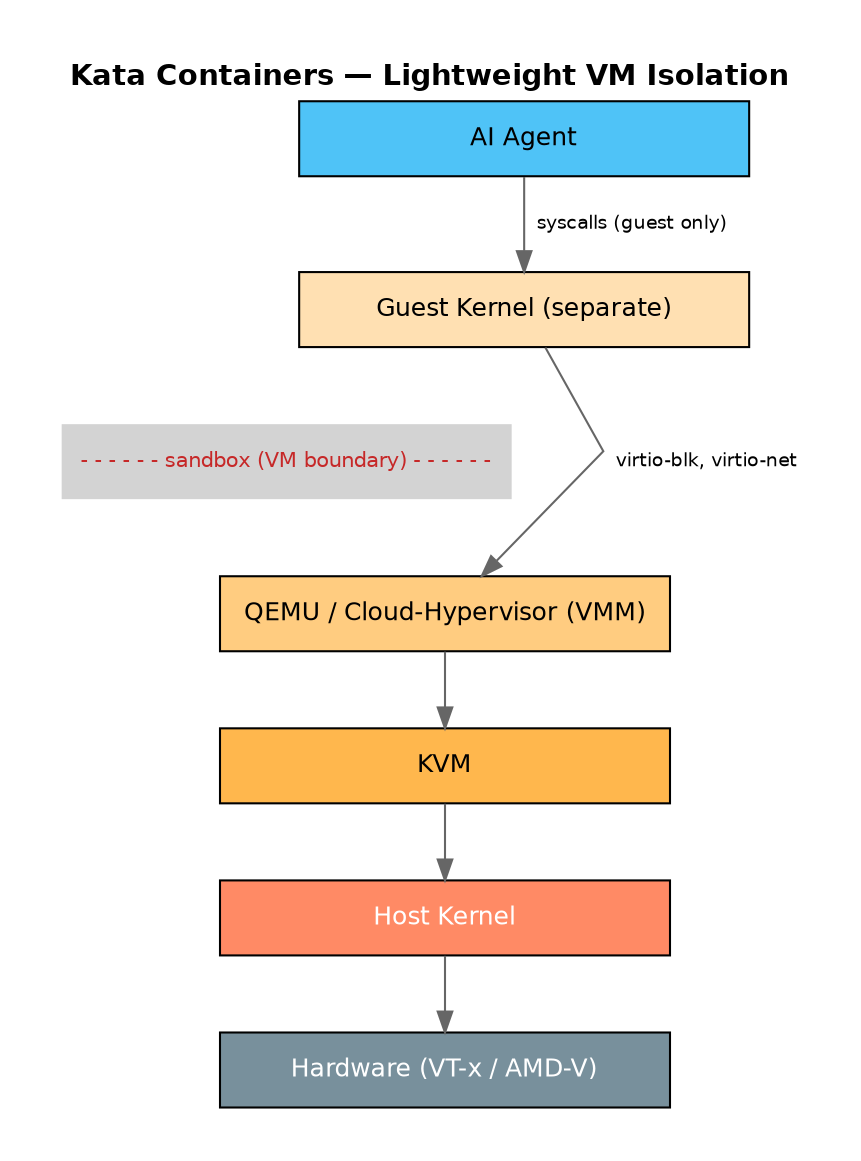
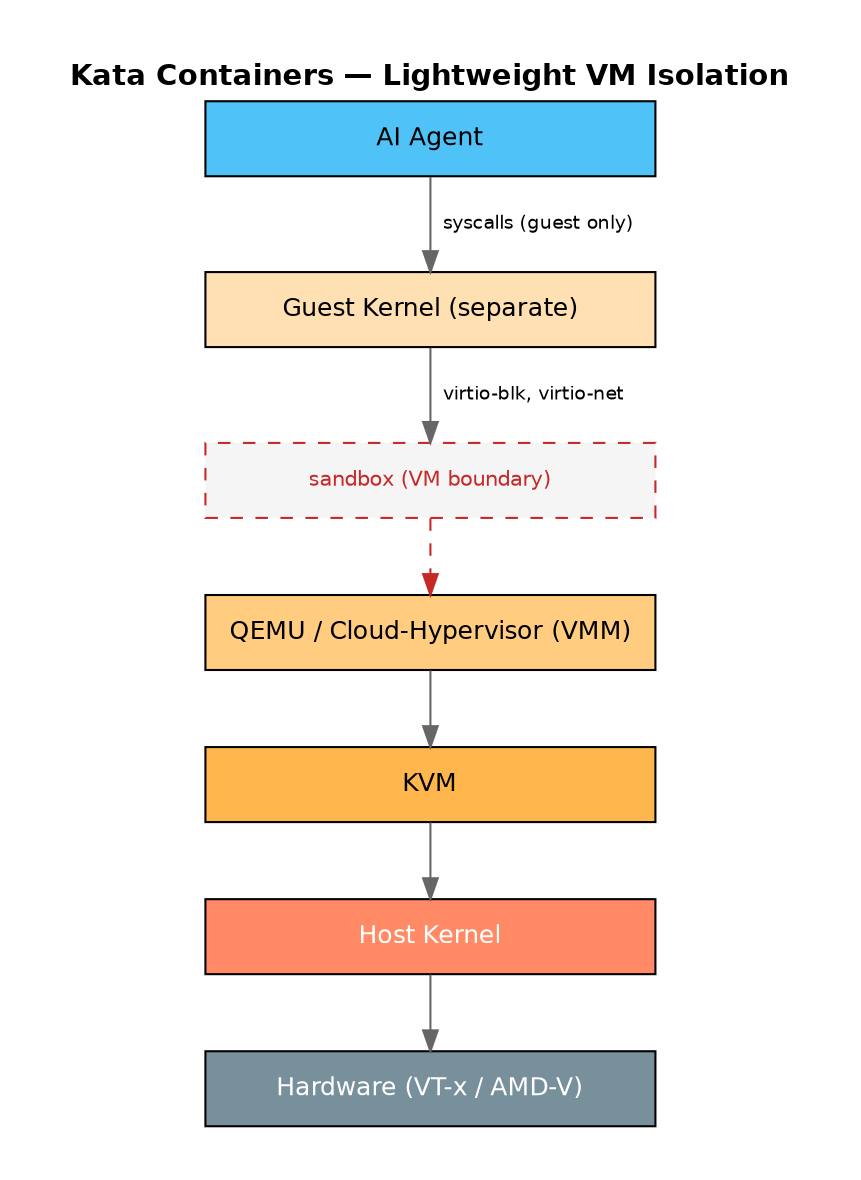
digraph Kata {
  rankdir=TB;
  splines=false;
  nodesep=0.3;
  ranksep=0.5;
  bgcolor="white";
  margin=0.3;

  node [shape=box, style="filled", fontname="Helvetica", fontsize=12, width=3, height=0.5];
  edge [fontname="Helvetica", fontsize=9, color="#666666"];

  label="Kata Containers — Lightweight VM Isolation";
  labelloc=t;
  fontsize=14;
  fontname="Helvetica-Bold";

  agent [label="AI Agent", fillcolor="#4FC3F7"];
  guest [label="Guest Kernel (separate)", fillcolor="#FFE0B2"];
- 
-   sb_label [label="- - - - - - sandbox (VM boundary) - - - - - -", shape=plaintext, fontsize=10, fontcolor="#C62828"];
- 
+   sb [label="sandbox (VM boundary)", style="dashed,filled", fillcolor="#F5F5F5", fontcolor="#C62828", fontsize=10, color="#C62828"];
  vmm [label="QEMU / Cloud-Hypervisor (VMM)", fillcolor="#FFCC80"];
  kvm [label="KVM", fillcolor="#FFB74D"];
  kernel [label="Host Kernel", fillcolor="#FF8A65", fontcolor=white];
  hw [label="Hardware (VT-x / AMD-V)", fillcolor="#78909C", fontcolor=white];

  agent -> guest [label="  syscalls (guest only)"];
-   guest -> sb_label [style=invis];
-   sb_label -> vmm [style=invis];
-   guest -> vmm [label="  virtio-blk, virtio-net"];
+   guest -> sb [label="  virtio-blk, virtio-net"];
+   sb -> vmm [style=dashed, color="#C62828"];
  vmm -> kvm;
  kvm -> kernel;
  kernel -> hw;
}
